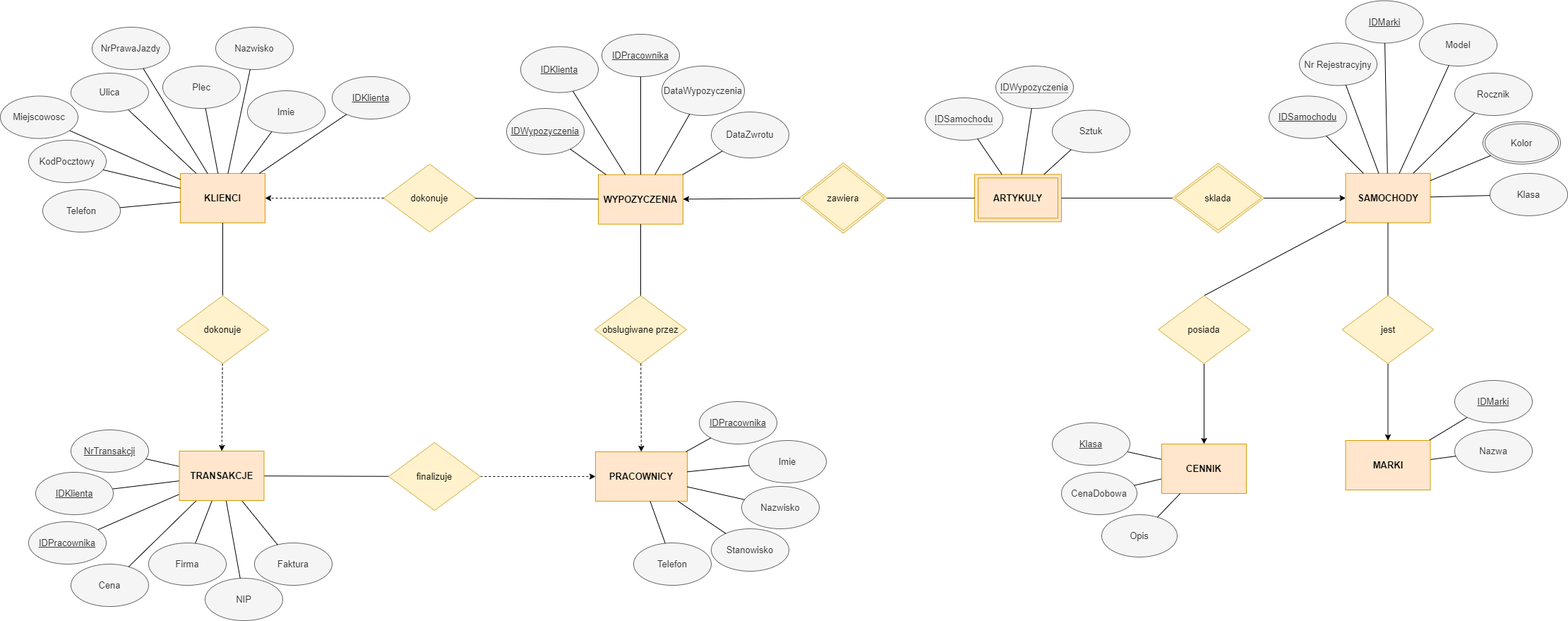
Above: WypozyczalniaSamochodow_ER.png in JakubHempel/Bazydanych (draw.io), before the change. Source tidied: cells renumbered, new cells last; positions are measured from the earlier drawing's top-left corner, leaving out a move shared by most shapes.
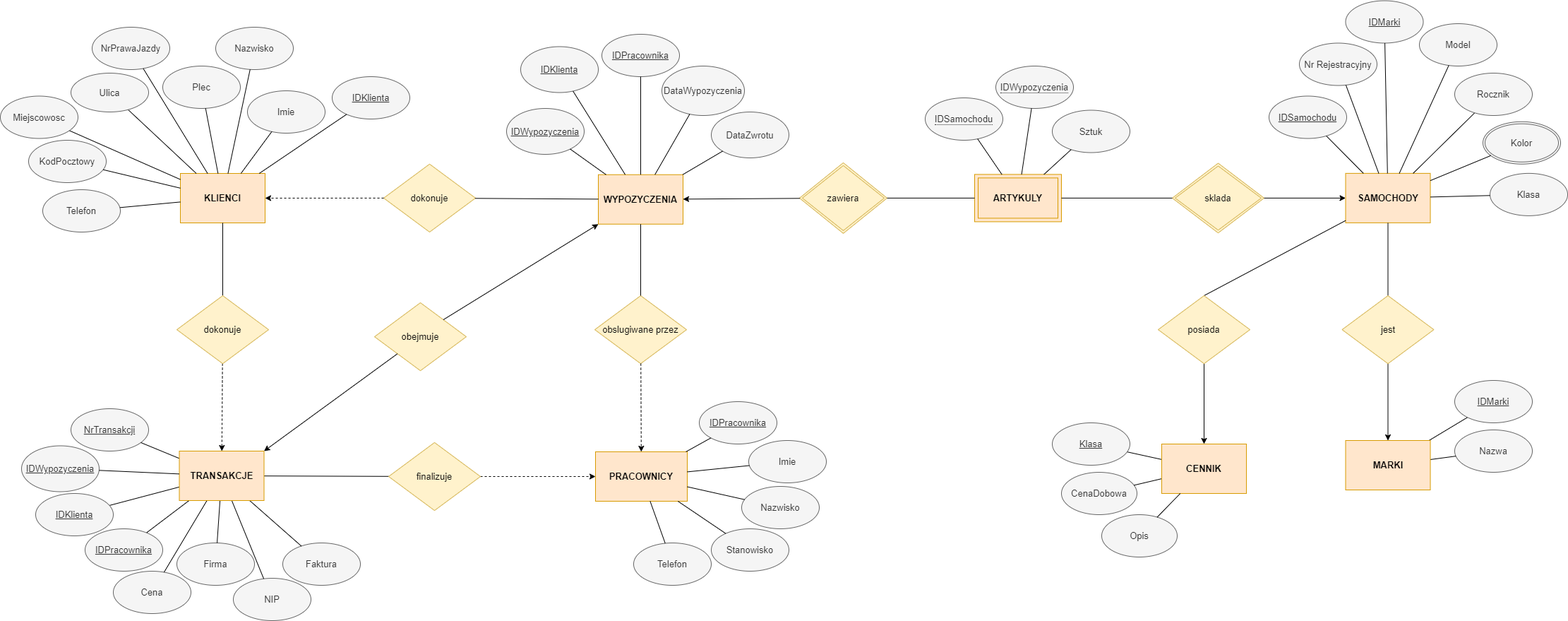
After the commit.

Commit message:
Adding a one to one relationship between Transkacje and Wypozyczenia

What changed in the source:
```diff
@@ -267,7 +267,7 @@
       <mxGeometry x="1900.5" y="418" width="130" height="96.2" as="geometry" />
     </mxCell>
     <mxCell id="90" value="&lt;font style=&quot;font-size: 13px&quot;&gt;Cena&lt;/font&gt;" style="ellipse;whiteSpace=wrap;html=1;fillColor=#f5f5f5;fontColor=#333333;strokeColor=#666666;" parent="1" vertex="1">
-      <mxGeometry x="100" y="798" width="110" height="60" as="geometry" />
+      <mxGeometry x="160" y="808" width="110" height="60" as="geometry" />
     </mxCell>
     <mxCell id="91" style="endArrow=none;html=1;rounded=0;fontSize=13;" parent="1" edge="1" source="113" target="111">
       <mxGeometry relative="1" as="geometry" />
@@ -291,13 +291,13 @@
       <mxGeometry relative="1" as="geometry" />
     </mxCell>
     <mxCell id="98" value="&lt;font style=&quot;font-size: 13px&quot;&gt;Firma&lt;/font&gt;" style="ellipse;whiteSpace=wrap;html=1;fillColor=#f5f5f5;fontColor=#333333;strokeColor=#666666;" parent="1" vertex="1">
-      <mxGeometry x="210" y="768" width="110" height="60" as="geometry" />
+      <mxGeometry x="250" y="768" width="110" height="60" as="geometry" />
     </mxCell>
     <mxCell id="99" value="&lt;font style=&quot;font-size: 13px&quot;&gt;NIP&lt;/font&gt;" style="ellipse;whiteSpace=wrap;html=1;fillColor=#f5f5f5;fontColor=#333333;strokeColor=#666666;" parent="1" vertex="1">
-      <mxGeometry x="290" y="818" width="110" height="60" as="geometry" />
+      <mxGeometry x="330" y="818" width="110" height="60" as="geometry" />
     </mxCell>
     <mxCell id="100" value="&lt;font style=&quot;font-size: 13px&quot;&gt;Faktura&lt;/font&gt;" style="ellipse;whiteSpace=wrap;html=1;fillColor=#f5f5f5;fontColor=#333333;strokeColor=#666666;" parent="1" vertex="1">
-      <mxGeometry x="360" y="768" width="110" height="60" as="geometry" />
+      <mxGeometry x="400" y="768" width="110" height="60" as="geometry" />
     </mxCell>
     <mxCell id="101" style="endArrow=none;html=1;rounded=0;fontSize=13;" parent="1" edge="1" source="98" target="111">
       <mxGeometry relative="1" as="geometry" />
@@ -318,13 +318,13 @@
       <mxGeometry x="1645" y="628" width="120" height="70" as="geometry" />
     </mxCell>
     <mxCell id="107" value="&lt;font style=&quot;font-size: 13px&quot;&gt;IDPracownika&lt;/font&gt;" style="ellipse;whiteSpace=wrap;html=1;align=center;fontStyle=4;fillColor=#f5f5f5;fontColor=#333333;strokeColor=#666666;" parent="1" vertex="1">
-      <mxGeometry x="40" y="738" width="110" height="60" as="geometry" />
+      <mxGeometry x="120" y="748" width="110" height="60" as="geometry" />
     </mxCell>
     <mxCell id="108" value="&lt;font style=&quot;font-size: 13px&quot;&gt;IDKlienta&lt;/font&gt;" style="ellipse;whiteSpace=wrap;html=1;align=center;fontStyle=4;fillColor=#f5f5f5;fontColor=#333333;strokeColor=#666666;" parent="1" vertex="1">
-      <mxGeometry x="50" y="668" width="110" height="60" as="geometry" />
+      <mxGeometry x="50" y="698" width="110" height="60" as="geometry" />
     </mxCell>
     <mxCell id="109" value="&lt;font style=&quot;font-size: 13px&quot;&gt;NrTransakcji&lt;/font&gt;" style="ellipse;whiteSpace=wrap;html=1;align=center;fontStyle=4;fillColor=#f5f5f5;fontColor=#333333;strokeColor=#666666;" parent="1" vertex="1">
-      <mxGeometry x="100" y="608" width="110" height="60" as="geometry" />
+      <mxGeometry x="100" y="578" width="110" height="60" as="geometry" />
     </mxCell>
     <mxCell id="110" style="endArrow=none;html=1;rounded=0;fontSize=13;" parent="1" edge="1" source="109" target="111">
       <mxGeometry relative="1" as="geometry" />
@@ -344,5 +344,20 @@
     <mxCell id="115" style="endArrow=none;html=1;rounded=0;fontSize=13;" parent="1" edge="1" source="114" target="106">
       <mxGeometry relative="1" as="geometry" />
     </mxCell>
+    <mxCell id="116" value="obejmuje" style="rhombus;whiteSpace=wrap;html=1;fontSize=13;fillColor=#fff2cc;strokeColor=#d6b656;" parent="1" vertex="1">
+      <mxGeometry x="530" y="428" width="130" height="96.2" as="geometry" />
+    </mxCell>
+    <mxCell id="117" style="endArrow=classic;html=1;rounded=0;exitX=1;exitY=0;exitDx=0;exitDy=0;entryX=0;entryY=1;entryDx=0;entryDy=0;" parent="1" edge="1" source="116" target="28">
+      <mxGeometry relative="1" as="geometry" />
+    </mxCell>
+    <mxCell id="118" style="endArrow=classic;html=1;rounded=0;entryX=1;entryY=0;entryDx=0;entryDy=0;exitX=0;exitY=1;exitDx=0;exitDy=0;" parent="1" edge="1" source="116" target="111">
+      <mxGeometry relative="1" as="geometry" />
+    </mxCell>
+    <mxCell id="119" value="&lt;font style=&quot;font-size: 13px&quot;&gt;IDWypozyczenia&lt;/font&gt;" style="ellipse;whiteSpace=wrap;html=1;align=center;fontStyle=4;fillColor=#f5f5f5;fontColor=#333333;strokeColor=#666666;" parent="1" vertex="1">
+      <mxGeometry x="30" y="630.5" width="110" height="65" as="geometry" />
+    </mxCell>
+    <mxCell id="120" style="endArrow=none;html=1;rounded=0;" parent="1" edge="1" source="119" target="111">
+      <mxGeometry relative="1" as="geometry" />
+    </mxCell>
   </root>
 </mxGraphModel>
```
